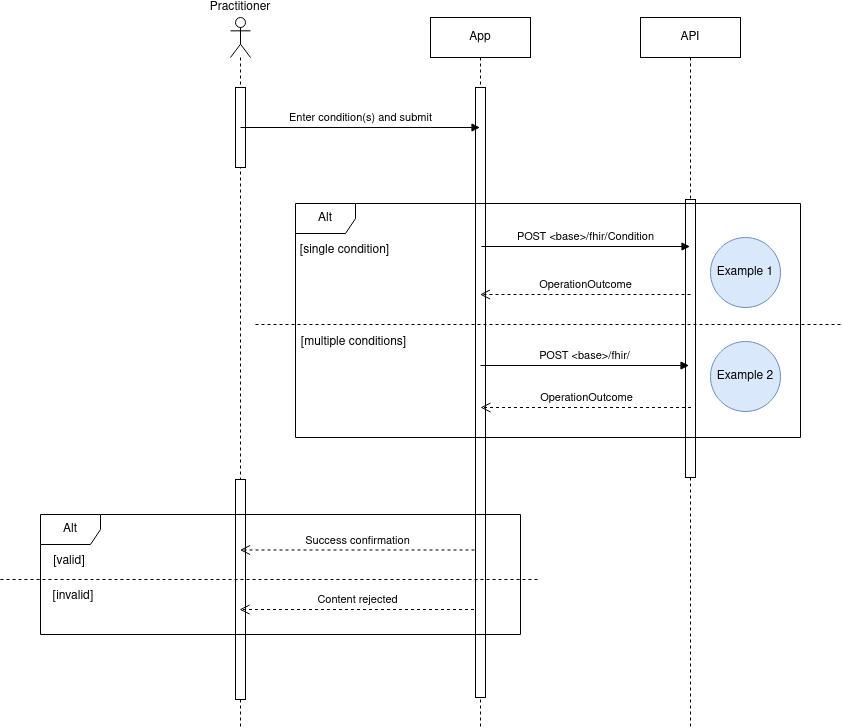
Earlier version of the draw.io export input/images/condition-recorded-sequence.drawio.png (NHSDigital/ra-sandbox). Source tidied: cells renumbered, new cells last; positions are measured from the earlier drawing's top-left corner, leaving out a move shared by most shapes.
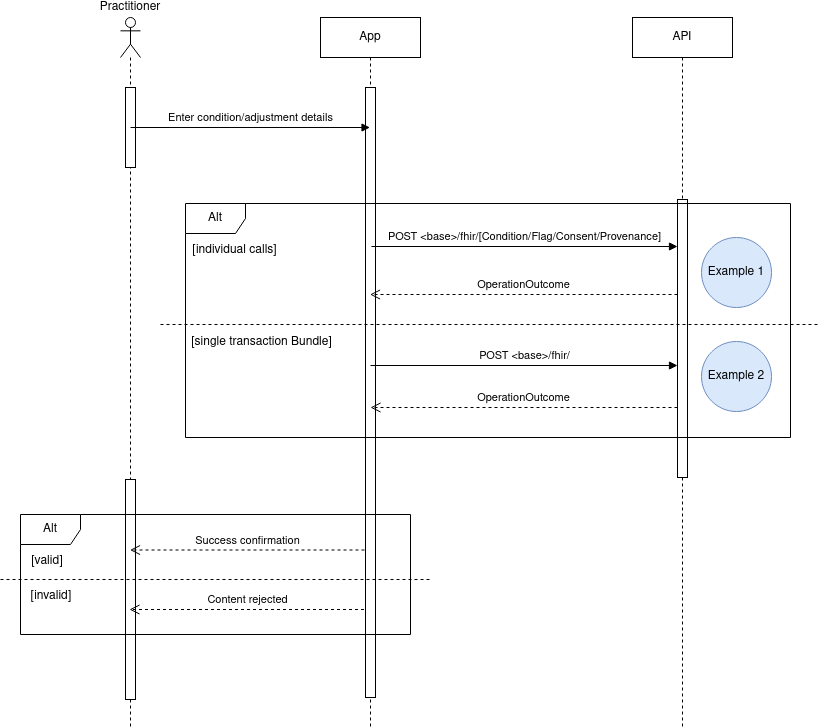
Above is the later version.

Change to the diagram source:
```diff
@@ -9,7 +9,7 @@
       <mxGeometry x="45" y="70" width="10" height="610" as="geometry" />
     </mxCell>
     <mxCell id="4" value="API" style="shape=umlLifeline;perimeter=lifelinePerimeter;whiteSpace=wrap;html=1;newEdgeStyle={&quot;edgeStyle&quot;:&quot;elbowEdgeStyle&quot;,&quot;elbow&quot;:&quot;vertical&quot;,&quot;curved&quot;:0,&quot;rounded&quot;:0};" parent="1" vertex="1">
-      <mxGeometry x="640" width="100" height="710" as="geometry" />
+      <mxGeometry x="742" width="100" height="710" as="geometry" />
     </mxCell>
     <mxCell id="5" style="html=1;points=[[0,0,0,0,5],[0,1,0,0,-5],[1,0,0,0,5],[1,1,0,0,-5]];perimeter=orthogonalPerimeter;outlineConnect=0;targetShapes=umlLifeline;portConstraint=eastwest;newEdgeStyle={&quot;curved&quot;:0,&quot;rounded&quot;:0};" parent="4" vertex="1">
       <mxGeometry x="45" y="182" width="10" height="278" as="geometry" />
@@ -23,20 +23,18 @@
     <mxCell id="8" style="html=1;perimeter=orthogonalPerimeter;targetShapes=umlLifeline;newEdgeStyle={&quot;curved&quot;:0,&quot;rounded&quot;:0};" parent="6" vertex="1">
       <mxGeometry x="5" y="462" width="10" height="220" as="geometry" />
     </mxCell>
-    <mxCell id="9" value="Enter condition(s) and submit" style="html=1;verticalAlign=bottom;endArrow=block;curved=0;rounded=0;" parent="1" edge="1" target="2">
+    <mxCell id="9" value="Enter condition/adjustment details " style="html=1;verticalAlign=bottom;endArrow=block;curved=0;rounded=0;" parent="1" edge="1" target="2">
       <mxGeometry relative="1" as="geometry">
         <mxPoint x="240" y="110" as="sourcePoint" />
       </mxGeometry>
     </mxCell>
-    <mxCell id="10" value="POST &amp;lt;base&amp;gt;/fhir/Condition" style="html=1;verticalAlign=bottom;endArrow=block;curved=0;rounded=0;" parent="1" edge="1">
+    <mxCell id="10" value="POST &amp;lt;base&amp;gt;/fhir/[Condition/Flag/Consent/Provenance]" style="html=1;verticalAlign=bottom;endArrow=block;curved=0;rounded=0;" parent="1" edge="1" target="5">
       <mxGeometry relative="1" as="geometry">
         <mxPoint x="481" y="229" as="sourcePoint" />
-        <mxPoint x="689.5" y="229" as="targetPoint" />
       </mxGeometry>
     </mxCell>
-    <mxCell id="11" value="OperationOutcome" style="html=1;verticalAlign=bottom;endArrow=open;dashed=1;endSize=8;curved=0;rounded=0;" parent="1" edge="1">
+    <mxCell id="11" value="OperationOutcome" style="html=1;verticalAlign=bottom;endArrow=open;dashed=1;endSize=8;curved=0;rounded=0;" parent="1" edge="1" source="5">
       <mxGeometry relative="1" as="geometry">
-        <mxPoint x="690" y="277" as="sourcePoint" />
         <mxPoint x="479.5" y="277" as="targetPoint" />
       </mxGeometry>
     </mxCell>
@@ -47,11 +45,11 @@
       </mxGeometry>
     </mxCell>
     <mxCell id="13" value="Alt" style="shape=umlFrame;whiteSpace=wrap;html=1;" parent="1" vertex="1">
-      <mxGeometry x="40" y="497" width="480" height="120" as="geometry" />
+      <mxGeometry x="130" y="497" width="390" height="120" as="geometry" />
     </mxCell>
     <mxCell id="14" style="endArrow=none;dashed=1;html=1;rounded=0;" parent="1" edge="1">
       <mxGeometry relative="1" as="geometry">
-        <mxPoint y="562" as="sourcePoint" />
+        <mxPoint x="110" y="562" as="sourcePoint" />
         <mxPoint x="540" y="562" as="targetPoint" />
       </mxGeometry>
     </mxCell>
@@ -62,43 +60,41 @@
       </mxGeometry>
     </mxCell>
     <mxCell id="16" value="[valid]" style="text;html=1;strokeColor=none;fillColor=none;align=center;verticalAlign=middle;whiteSpace=wrap;rounded=0;" parent="1" vertex="1">
-      <mxGeometry x="39" y="529" width="60" height="30" as="geometry" />
+      <mxGeometry x="127" y="529" width="60" height="30" as="geometry" />
     </mxCell>
     <mxCell id="17" value="[invalid]" style="text;html=1;strokeColor=none;fillColor=none;align=center;verticalAlign=middle;whiteSpace=wrap;rounded=0;" parent="1" vertex="1">
-      <mxGeometry x="43" y="564" width="60" height="30" as="geometry" />
+      <mxGeometry x="131" y="564" width="60" height="30" as="geometry" />
     </mxCell>
     <mxCell id="18" value="Alt" style="shape=umlFrame;whiteSpace=wrap;html=1;" parent="1" vertex="1">
-      <mxGeometry x="295" y="186" width="505" height="234" as="geometry" />
+      <mxGeometry x="295" y="186" width="605" height="234" as="geometry" />
     </mxCell>
     <mxCell id="19" style="endArrow=none;dashed=1;html=1;rounded=0;" parent="1" edge="1">
       <mxGeometry relative="1" as="geometry">
-        <mxPoint x="255" y="307" as="sourcePoint" />
-        <mxPoint x="840" y="307" as="targetPoint" />
+        <mxPoint x="270" y="307" as="sourcePoint" />
+        <mxPoint x="930" y="307" as="targetPoint" />
       </mxGeometry>
     </mxCell>
-    <mxCell id="20" value="[single condition]" style="text;html=1;strokeColor=none;fillColor=none;align=center;verticalAlign=middle;whiteSpace=wrap;rounded=0;" parent="1" vertex="1">
+    <mxCell id="20" value="[individual calls]" style="text;html=1;strokeColor=none;fillColor=none;align=center;verticalAlign=middle;whiteSpace=wrap;rounded=0;" parent="1" vertex="1">
       <mxGeometry x="294" y="218" width="101" height="30" as="geometry" />
     </mxCell>
-    <mxCell id="21" value="[multiple conditions]" style="text;html=1;strokeColor=none;fillColor=none;align=center;verticalAlign=middle;whiteSpace=wrap;rounded=0;" parent="1" vertex="1">
-      <mxGeometry x="295" y="310" width="117" height="30" as="geometry" />
+    <mxCell id="21" value="[single transaction Bundle]" style="text;html=1;strokeColor=none;fillColor=none;align=center;verticalAlign=middle;whiteSpace=wrap;rounded=0;" parent="1" vertex="1">
+      <mxGeometry x="289" y="310" width="165" height="30" as="geometry" />
     </mxCell>
-    <mxCell id="22" value="POST &amp;lt;base&amp;gt;/fhir/" style="html=1;verticalAlign=bottom;endArrow=block;curved=0;rounded=0;" parent="1" edge="1">
+    <mxCell id="22" value="POST &amp;lt;base&amp;gt;/fhir/" style="html=1;verticalAlign=bottom;endArrow=block;curved=0;rounded=0;" parent="1" edge="1" target="5">
       <mxGeometry relative="1" as="geometry">
         <mxPoint x="480" y="348" as="sourcePoint" />
-        <mxPoint x="688.5" y="348" as="targetPoint" />
       </mxGeometry>
     </mxCell>
-    <mxCell id="23" value="OperationOutcome" style="html=1;verticalAlign=bottom;endArrow=open;dashed=1;endSize=8;curved=0;rounded=0;" parent="1" edge="1">
+    <mxCell id="23" value="OperationOutcome" style="html=1;verticalAlign=bottom;endArrow=open;dashed=1;endSize=8;curved=0;rounded=0;" parent="1" edge="1" source="5">
       <mxGeometry relative="1" as="geometry">
-        <mxPoint x="690.5" y="390" as="sourcePoint" />
         <mxPoint x="480" y="390" as="targetPoint" />
       </mxGeometry>
     </mxCell>
     <mxCell id="24" value="Example 1" style="ellipse;whiteSpace=wrap;html=1;fillColor=#dae8fc;strokeColor=#6c8ebf;" parent="1" vertex="1">
-      <mxGeometry x="710" y="220" width="70" height="70" as="geometry" />
+      <mxGeometry x="811" y="220" width="70" height="70" as="geometry" />
     </mxCell>
     <mxCell id="25" value="Example 2" style="ellipse;whiteSpace=wrap;html=1;fillColor=#dae8fc;strokeColor=#6c8ebf;" parent="1" vertex="1">
-      <mxGeometry x="710" y="324" width="70" height="70" as="geometry" />
+      <mxGeometry x="811" y="324" width="70" height="70" as="geometry" />
     </mxCell>
   </root>
 </mxGraphModel>
```
